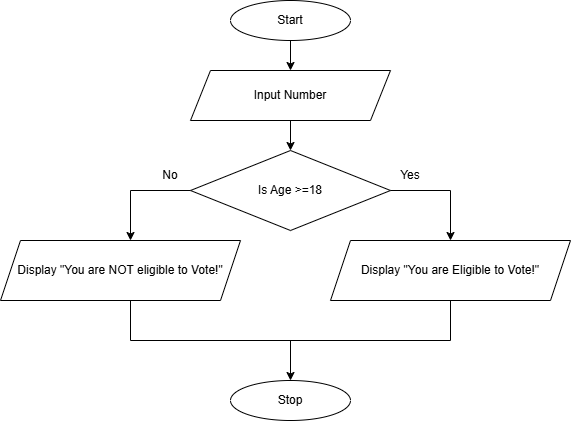
Earlier version of the draw.io export images/Q1.drawio.png (jayani-athukorala/algorithm-flowchart-exercise). Source tidied: cells renumbered, new cells last; positions are measured from the earlier drawing's top-left corner, leaving out a move shared by most shapes. The source it was exported from:
```xml
<mxGraphModel>
  <root>
    <mxCell id="0" />
    <mxCell id="1" parent="0" />
    <mxCell id="2" value="Start" style="ellipse;whiteSpace=wrap;html=1;" parent="1" vertex="1">
      <mxGeometry x="230" width="120" height="40" as="geometry" />
    </mxCell>
    <mxCell id="3" style="endArrow=classic;html=1;rounded=0;exitX=0.5;exitY=1;exitDx=0;exitDy=0;" parent="1" edge="1" source="2">
      <mxGeometry relative="1" as="geometry">
        <mxPoint x="290" y="70" as="targetPoint" />
      </mxGeometry>
    </mxCell>
    <mxCell id="4" value="Input Number" style="shape=parallelogram;perimeter=parallelogramPerimeter;whiteSpace=wrap;html=1;fixedSize=1;" parent="1" vertex="1">
      <mxGeometry x="190" y="70" width="200" height="50" as="geometry" />
    </mxCell>
    <mxCell id="5" style="endArrow=classic;html=1;rounded=0;exitX=0.5;exitY=1;exitDx=0;exitDy=0;" parent="1" edge="1" source="4">
      <mxGeometry relative="1" as="geometry">
        <mxPoint x="290" y="150" as="targetPoint" />
      </mxGeometry>
    </mxCell>
    <mxCell id="6" value="Is Age &amp;gt;=18" style="rhombus;whiteSpace=wrap;html=1;" parent="1" vertex="1">
      <mxGeometry x="190" y="150" width="200" height="80" as="geometry" />
    </mxCell>
    <mxCell id="7" style="endArrow=none;html=1;rounded=0;exitX=1;exitY=0.5;exitDx=0;exitDy=0;" parent="1" edge="1" source="6">
      <mxGeometry relative="1" as="geometry">
        <mxPoint x="450" y="190" as="targetPoint" />
      </mxGeometry>
    </mxCell>
    <mxCell id="8" style="endArrow=none;html=1;rounded=0;entryX=0;entryY=0.5;entryDx=0;entryDy=0;" parent="1" edge="1" target="6">
      <mxGeometry relative="1" as="geometry">
        <mxPoint x="130" y="190" as="sourcePoint" />
      </mxGeometry>
    </mxCell>
    <mxCell id="9" style="endArrow=classic;html=1;rounded=0;" parent="1" edge="1">
      <mxGeometry relative="1" as="geometry">
        <mxPoint x="130" y="190" as="sourcePoint" />
        <mxPoint x="130" y="240" as="targetPoint" />
      </mxGeometry>
    </mxCell>
    <mxCell id="10" style="endArrow=classic;html=1;rounded=0;" parent="1" edge="1">
      <mxGeometry relative="1" as="geometry">
        <mxPoint x="450" y="190" as="sourcePoint" />
        <mxPoint x="450" y="240" as="targetPoint" />
      </mxGeometry>
    </mxCell>
    <mxCell id="11" value="Display &quot;You are NOT eligible to Vote!&quot;" style="shape=parallelogram;perimeter=parallelogramPerimeter;whiteSpace=wrap;html=1;fixedSize=1;" parent="1" vertex="1">
      <mxGeometry y="240" width="240" height="60" as="geometry" />
    </mxCell>
    <mxCell id="12" value="Display &quot;You are Eligible to Vote!&quot;" style="shape=parallelogram;perimeter=parallelogramPerimeter;whiteSpace=wrap;html=1;fixedSize=1;" parent="1" vertex="1">
      <mxGeometry x="330" y="240" width="240" height="60" as="geometry" />
    </mxCell>
    <mxCell id="13" style="endArrow=none;html=1;rounded=0;" parent="1" edge="1">
      <mxGeometry relative="1" as="geometry">
        <mxPoint x="130" y="340" as="sourcePoint" />
        <mxPoint x="130" y="300" as="targetPoint" />
      </mxGeometry>
    </mxCell>
    <mxCell id="14" style="endArrow=none;html=1;rounded=0;entryX=0.5;entryY=1;entryDx=0;entryDy=0;" parent="1" edge="1" target="12">
      <mxGeometry relative="1" as="geometry">
        <mxPoint x="450" y="340" as="sourcePoint" />
      </mxGeometry>
    </mxCell>
    <mxCell id="15" style="endArrow=none;html=1;rounded=0;" parent="1" edge="1">
      <mxGeometry relative="1" as="geometry">
        <mxPoint x="130" y="340" as="sourcePoint" />
        <mxPoint x="450" y="340" as="targetPoint" />
      </mxGeometry>
    </mxCell>
    <mxCell id="16" style="endArrow=classic;html=1;rounded=0;" parent="1" edge="1">
      <mxGeometry relative="1" as="geometry">
        <mxPoint x="290" y="340" as="sourcePoint" />
        <mxPoint x="290" y="380" as="targetPoint" />
      </mxGeometry>
    </mxCell>
    <mxCell id="17" value="Stop" style="ellipse;whiteSpace=wrap;html=1;" parent="1" vertex="1">
      <mxGeometry x="230" y="380" width="120" height="40" as="geometry" />
    </mxCell>
    <mxCell id="18" value="Yes" style="text;html=1;whiteSpace=wrap;strokeColor=none;fillColor=none;align=center;verticalAlign=middle;rounded=0;" parent="1" vertex="1">
      <mxGeometry x="380" y="160" width="60" height="30" as="geometry" />
    </mxCell>
    <mxCell id="19" value="No" style="text;html=1;whiteSpace=wrap;strokeColor=none;fillColor=none;align=center;verticalAlign=middle;rounded=0;" parent="1" vertex="1">
      <mxGeometry x="140" y="160" width="60" height="30" as="geometry" />
    </mxCell>
  </root>
</mxGraphModel>
```
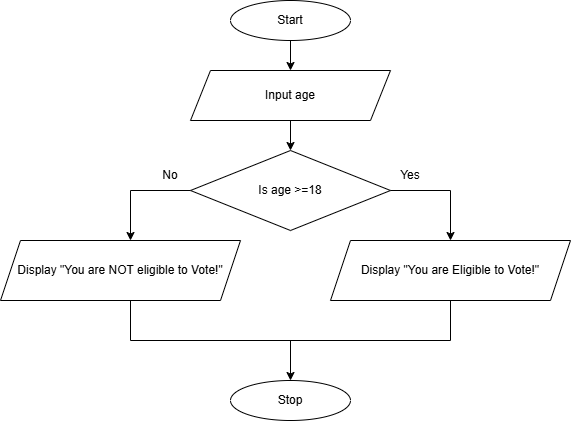
After the change.

The edit, as a diff of the source:
```diff
@@ -10,7 +10,7 @@
         <mxPoint x="290" y="70" as="targetPoint" />
       </mxGeometry>
     </mxCell>
-    <mxCell id="4" value="Input Number" style="shape=parallelogram;perimeter=parallelogramPerimeter;whiteSpace=wrap;html=1;fixedSize=1;" parent="1" vertex="1">
+    <mxCell id="4" value="Input age" style="shape=parallelogram;perimeter=parallelogramPerimeter;whiteSpace=wrap;html=1;fixedSize=1;" parent="1" vertex="1">
       <mxGeometry x="190" y="70" width="200" height="50" as="geometry" />
     </mxCell>
     <mxCell id="5" style="endArrow=classic;html=1;rounded=0;exitX=0.5;exitY=1;exitDx=0;exitDy=0;" parent="1" edge="1" source="4">
@@ -18,7 +18,7 @@
         <mxPoint x="290" y="150" as="targetPoint" />
       </mxGeometry>
     </mxCell>
-    <mxCell id="6" value="Is Age &amp;gt;=18" style="rhombus;whiteSpace=wrap;html=1;" parent="1" vertex="1">
+    <mxCell id="6" value="Is age &amp;gt;=18" style="rhombus;whiteSpace=wrap;html=1;" parent="1" vertex="1">
       <mxGeometry x="190" y="150" width="200" height="80" as="geometry" />
     </mxCell>
     <mxCell id="7" style="endArrow=none;html=1;rounded=0;exitX=1;exitY=0.5;exitDx=0;exitDy=0;" parent="1" edge="1" source="6">
```
